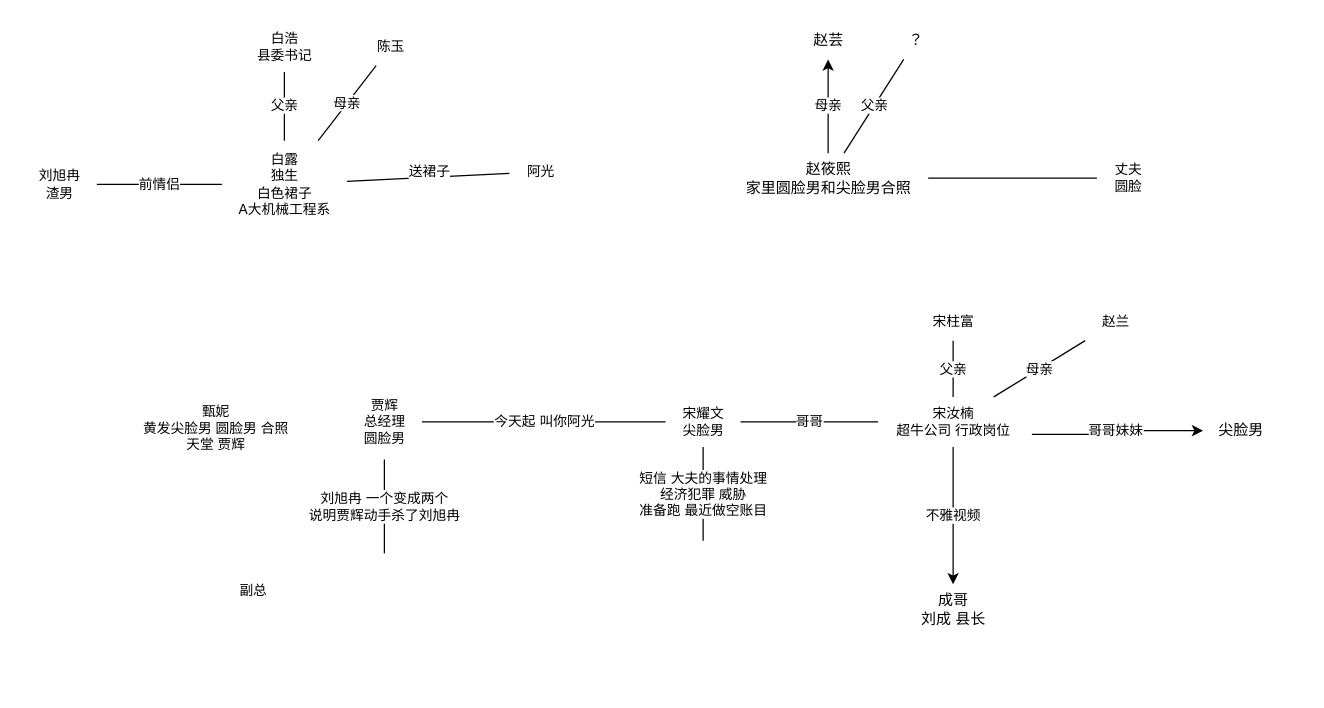
Before: 寻人启事 人物关系图.drawio in luboq/draw.io, a draw.io diagram. Source tidied: cells renumbered, new cells numbered last; positions are measured from the earlier drawing's top-left corner, leaving out a move shared by most shapes. Both pictures are drawn from the tidied source at 125%, with x=0, y=0 at pixel (21, 21).
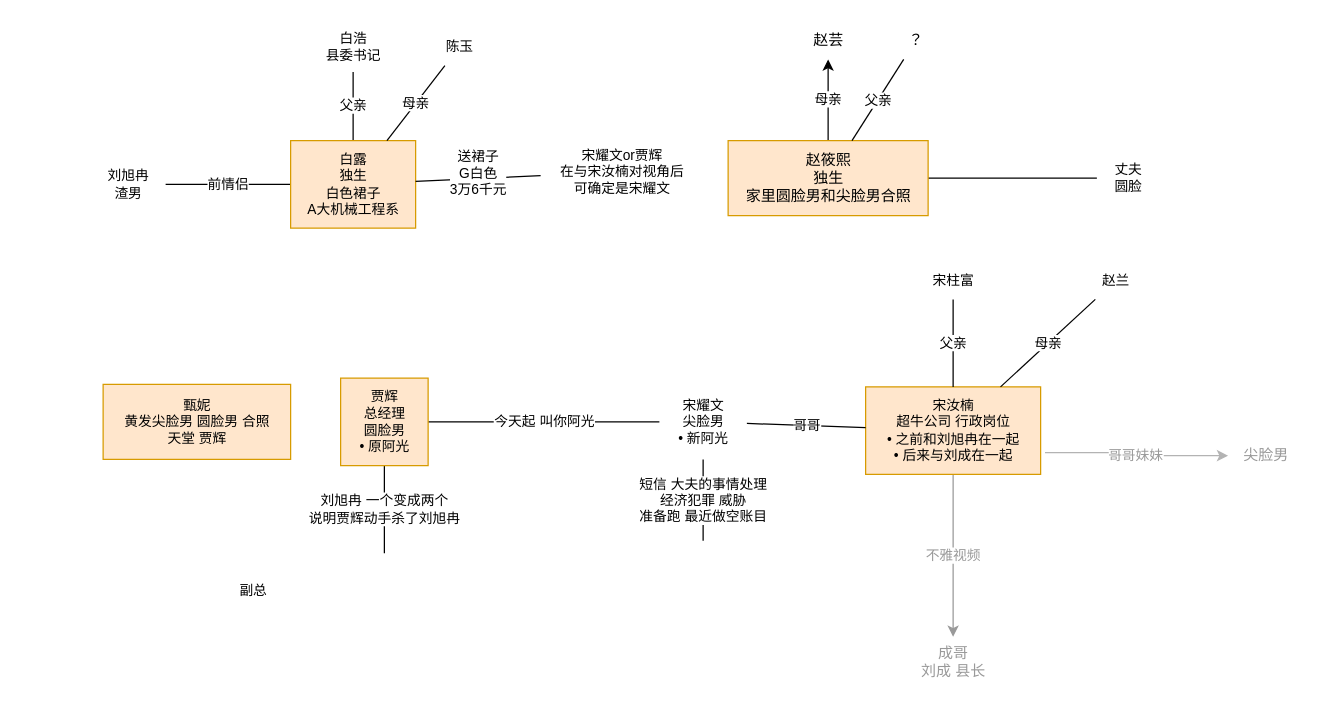
Above is the later version.

Commit message:
更新寻人启事 人物关系图.drawio

The edit, as a diff of the source:
```diff
@@
-    <mxCell id="2" value="哥哥妹妹" style="edgeStyle=orthogonalEdgeStyle;rounded=0;jettySize=auto;html=1;exitX=1.025;exitY=0.75;exitDx=0;exitDy=0;exitPerimeter=0;" parent="1" edge="1" source="18" target="4">
+    <mxCell id="2" value="哥哥妹妹" style="edgeStyle=orthogonalEdgeStyle;rounded=0;jettySize=auto;html=1;exitX=1.025;exitY=0.75;exitDx=0;exitDy=0;exitPerimeter=0;strokeColor=#B3B3B3;fontColor=#999999;" parent="1" edge="1" source="18" target="4">
       <mxGeometry relative="1" as="geometry" />
     </mxCell>
-    <mxCell id="3" value="不雅视频" style="edgeStyle=orthogonalEdgeStyle;rounded=0;jettySize=auto;html=1;" parent="1" edge="1" source="18" target="5">
+    <mxCell id="3" value="不雅视频" style="edgeStyle=orthogonalEdgeStyle;rounded=0;jettySize=auto;html=1;fontColor=#999999;strokeColor=#999999;" parent="1" edge="1" source="18" target="5">
       <mxGeometry relative="1" as="geometry" />
     </mxCell>
-    <mxCell id="4" value="尖脸男" style="text;html=1;align=center;verticalAlign=middle;points=[];strokeColor=none;fillColor=none;" parent="1" vertex="1">
-      <mxGeometry x="945" y="312" width="60" height="30" as="geometry" />
+    <mxCell id="4" value="尖脸男" style="text;html=1;align=center;verticalAlign=middle;points=[];strokeColor=none;fillColor=none;fontColor=#999999;" parent="1" vertex="1">
+      <mxGeometry x="965" y="332" width="60" height="30" as="geometry" />
     </mxCell>
-    <mxCell id="5" value="成哥&lt;br&gt;刘成 县长" style="text;html=1;align=center;verticalAlign=middle;points=[];strokeColor=none;fillColor=none;" parent="1" vertex="1">
-      <mxGeometry x="710" y="450" width="70" height="40" as="geometry" />
+    <mxCell id="5" value="成哥&lt;br&gt;刘成 县长" style="text;html=1;align=center;verticalAlign=middle;points=[];strokeColor=none;fillColor=none;shadow=0;fontColor=#999999;" parent="1" vertex="1">
+      <mxGeometry x="710" y="492" width="70" height="40" as="geometry" />
     </mxCell>
@@
-    <mxCell id="8" value="赵筱熙&lt;br&gt;家里圆脸男和尖脸男合照" style="text;html=1;align=center;verticalAlign=middle;points=[];strokeColor=none;fillColor=none;" parent="1" vertex="1">
-      <mxGeometry x="565" y="105" width="160" height="40" as="geometry" />
+    <mxCell id="8" value="赵筱熙&lt;br&gt;独生&lt;br&gt;家里圆脸男和尖脸男合照" style="text;html=1;align=center;verticalAlign=middle;points=[];strokeColor=#d79b00;fillColor=#ffe6cc;" parent="1" vertex="1">
+      <mxGeometry x="565" y="95" width="160" height="60" as="geometry" />
     </mxCell>
@@
-    <mxCell id="14" value="白露&lt;br&gt;独生&lt;br&gt;白色裙子&lt;br&gt;A大机械工程系" style="text;html=1;align=center;verticalAlign=middle;points=[];strokeColor=none;fillColor=none;fontSize=11;fontFamily=Helvetica;fontColor=default;" parent="1" vertex="1">
-      <mxGeometry x="160" y="95" width="100" height="70" as="geometry" />
+    <mxCell id="14" value="白露&lt;br&gt;独生&lt;br&gt;白色裙子&lt;br&gt;A大机械工程系" style="text;html=1;align=center;verticalAlign=middle;points=[];strokeColor=#d79b00;fillColor=#ffe6cc;fontSize=11;fontFamily=Helvetica;" parent="1" vertex="1">
+      <mxGeometry x="215" y="95" width="100" height="70" as="geometry" />
     </mxCell>
     <mxCell id="15" value="白浩&lt;br&gt;县委书记" style="text;html=1;align=center;verticalAlign=middle;points=[];strokeColor=none;fillColor=none;fontSize=11;fontFamily=Helvetica;fontColor=default;" parent="1" vertex="1">
-      <mxGeometry x="175" width="70" height="40" as="geometry" />
+      <mxGeometry x="230" width="70" height="40" as="geometry" />
     </mxCell>
@@
     <mxCell id="17" value="陈玉" style="text;html=1;align=center;verticalAlign=middle;points=[];strokeColor=none;fillColor=none;fontSize=11;fontFamily=Helvetica;fontColor=default;" parent="1" vertex="1">
-      <mxGeometry x="270" y="5" width="50" height="30" as="geometry" />
+      <mxGeometry x="325" y="5" width="50" height="30" as="geometry" />
     </mxCell>
-    <mxCell id="18" value="宋汝楠&lt;br&gt;超牛公司 行政岗位" style="text;html=1;align=center;verticalAlign=middle;points=[];strokeColor=none;fillColor=none;fontSize=11;fontFamily=Helvetica;fontColor=default;" parent="1" vertex="1">
-      <mxGeometry x="685" y="300" width="120" height="40" as="geometry" />
+    <mxCell id="18" value="宋汝楠&lt;br&gt;超牛公司 行政岗位&lt;br&gt;• 之前和刘旭冉在一起&lt;br&gt;• 后来与刘成在一起" style="text;html=1;align=center;verticalAlign=middle;points=[];strokeColor=#d79b00;fillColor=#ffe6cc;fontSize=11;fontFamily=Helvetica;" parent="1" vertex="1">
+      <mxGeometry x="675" y="292" width="140" height="70" as="geometry" />
     </mxCell>
@@
     <mxCell id="20" value="宋柱富" style="text;html=1;align=center;verticalAlign=middle;points=[];strokeColor=none;fillColor=none;fontSize=11;fontFamily=Helvetica;fontColor=default;" parent="1" vertex="1">
-      <mxGeometry x="715" y="225" width="60" height="30" as="geometry" />
+      <mxGeometry x="715" y="192" width="60" height="30" as="geometry" />
     </mxCell>
@@
     <mxCell id="22" value="赵兰" style="text;html=1;align=center;verticalAlign=middle;points=[];strokeColor=none;fillColor=none;fontSize=11;fontFamily=Helvetica;fontColor=default;" parent="1" vertex="1">
-      <mxGeometry x="850" y="225" width="50" height="30" as="geometry" />
+      <mxGeometry x="850" y="192" width="50" height="30" as="geometry" />
     </mxCell>
@@
-    <mxCell id="25" value="宋耀文&lt;br&gt;尖脸男" style="text;html=1;align=center;verticalAlign=middle;points=[];strokeColor=none;fillColor=none;fontSize=11;fontFamily=Helvetica;fontColor=default;" parent="1" vertex="1">
-      <mxGeometry x="515" y="300" width="60" height="40" as="geometry" />
+    <mxCell id="25" value="宋耀文&lt;br&gt;尖脸男&lt;br&gt;• 新阿光" style="text;html=1;align=center;verticalAlign=middle;points=[];strokeColor=none;fillColor=none;fontSize=11;fontFamily=Helvetica;fontColor=default;" parent="1" vertex="1">
+      <mxGeometry x="510" y="290" width="70" height="60" as="geometry" />
     </mxCell>
@@
-    <mxCell id="27" value="甄妮&lt;br&gt;黄发尖脸男 圆脸男 合照&lt;br&gt;天堂 贾辉" style="text;html=1;align=center;verticalAlign=middle;strokeColor=none;fillColor=none;fontSize=11;fontFamily=Helvetica;fontColor=default;" parent="1" vertex="1">
-      <mxGeometry x="80" y="295" width="150" height="60" as="geometry" />
+    <mxCell id="27" value="甄妮&lt;br&gt;黄发尖脸男 圆脸男 合照&lt;br&gt;天堂 贾辉" style="text;html=1;align=center;verticalAlign=middle;strokeColor=#d79b00;fillColor=#ffe6cc;fontSize=11;fontFamily=Helvetica;" parent="1" vertex="1">
+      <mxGeometry x="65" y="290" width="150" height="60" as="geometry" />
     </mxCell>
@@
-    <mxCell id="30" value="贾辉&lt;br&gt;总经理&lt;br&gt;圆脸男" style="text;html=1;align=center;verticalAlign=middle;points=[];strokeColor=none;fillColor=none;fontSize=11;fontFamily=Helvetica;fontColor=default;" parent="1" vertex="1">
-      <mxGeometry x="260" y="290" width="60" height="60" as="geometry" />
+    <mxCell id="30" value="贾辉&lt;br&gt;总经理&lt;br&gt;圆脸男&lt;br&gt;• 原阿光" style="text;html=1;align=center;verticalAlign=middle;points=[];strokeColor=#d79b00;fillColor=#ffe6cc;fontSize=11;fontFamily=Helvetica;" parent="1" vertex="1">
+      <mxGeometry x="255" y="285" width="70" height="70" as="geometry" />
     </mxCell>
-    <mxCell id="31" value="送裙子" style="edgeStyle=none;shape=connector;rounded=0;jettySize=auto;html=1;labelBackgroundColor=default;strokeColor=default;fontFamily=Helvetica;fontSize=11;fontColor=default;endArrow=none;endFill=0;" parent="1" edge="1" source="32" target="14">
+    <mxCell id="31" value="送裙子&lt;br&gt;G白色&lt;br&gt;3万6千元" style="edgeStyle=none;shape=connector;rounded=0;jettySize=auto;html=1;labelBackgroundColor=default;strokeColor=default;fontFamily=Helvetica;fontSize=11;fontColor=default;endArrow=none;endFill=0;" parent="1" edge="1" source="32" target="14">
       <mxGeometry x="-0.01" y="-4" relative="1" as="geometry" />
     </mxCell>
-    <mxCell id="32" value="阿光" style="text;html=1;align=center;verticalAlign=middle;points=[];strokeColor=none;fillColor=none;fontSize=11;fontFamily=Helvetica;fontColor=default;" parent="1" vertex="1">
-      <mxGeometry x="390" y="105" width="50" height="30" as="geometry" />
+    <mxCell id="32" value="宋耀文or贾辉&lt;br&gt;在与宋汝楠对视角后&lt;br&gt;可确定是宋耀文" style="text;html=1;align=center;verticalAlign=middle;points=[];strokeColor=none;fillColor=none;fontSize=11;fontFamily=Helvetica;fontColor=default;" parent="1" vertex="1">
+      <mxGeometry x="415" y="90" width="130" height="60" as="geometry" />
     </mxCell>
@@
     <mxCell id="35" value="刘旭冉&lt;br&gt;渣男" style="text;html=1;align=center;verticalAlign=middle;points=[];strokeColor=none;fillColor=none;fontSize=11;fontFamily=Helvetica;fontColor=default;" parent="1" vertex="1">
-      <mxGeometry y="110" width="60" height="40" as="geometry" />
+      <mxGeometry x="55" y="110" width="60" height="40" as="geometry" />
     </mxCell>
```
